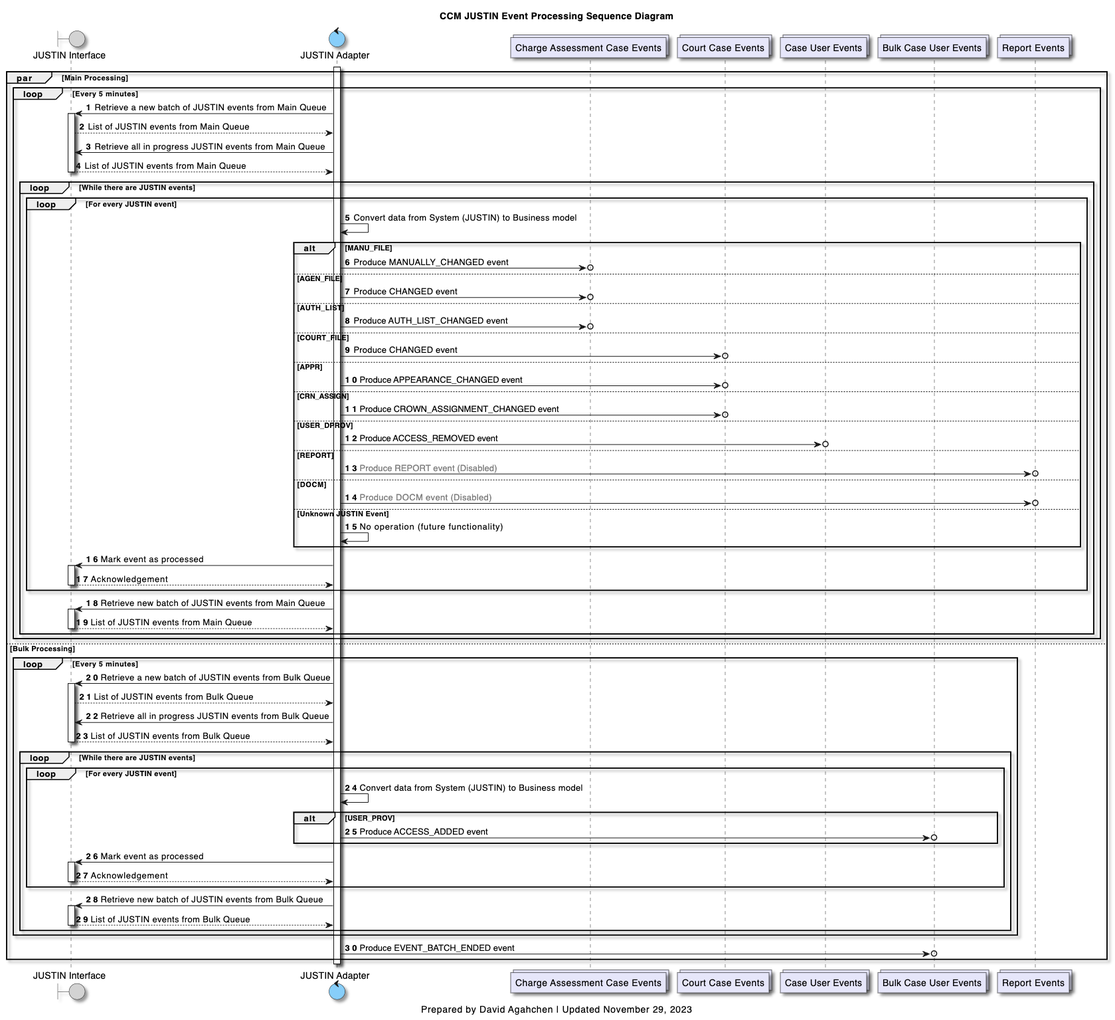
This is diagrams/img/ccm_justin_event_processing_sequence_diagram.png from bcgov/jpss-jade-ccm, a PlantUML export, as it was before one commit. Its source is kept beside it as diagrams/ccm_justin_event_processing_sequence_diagram.plantuml.
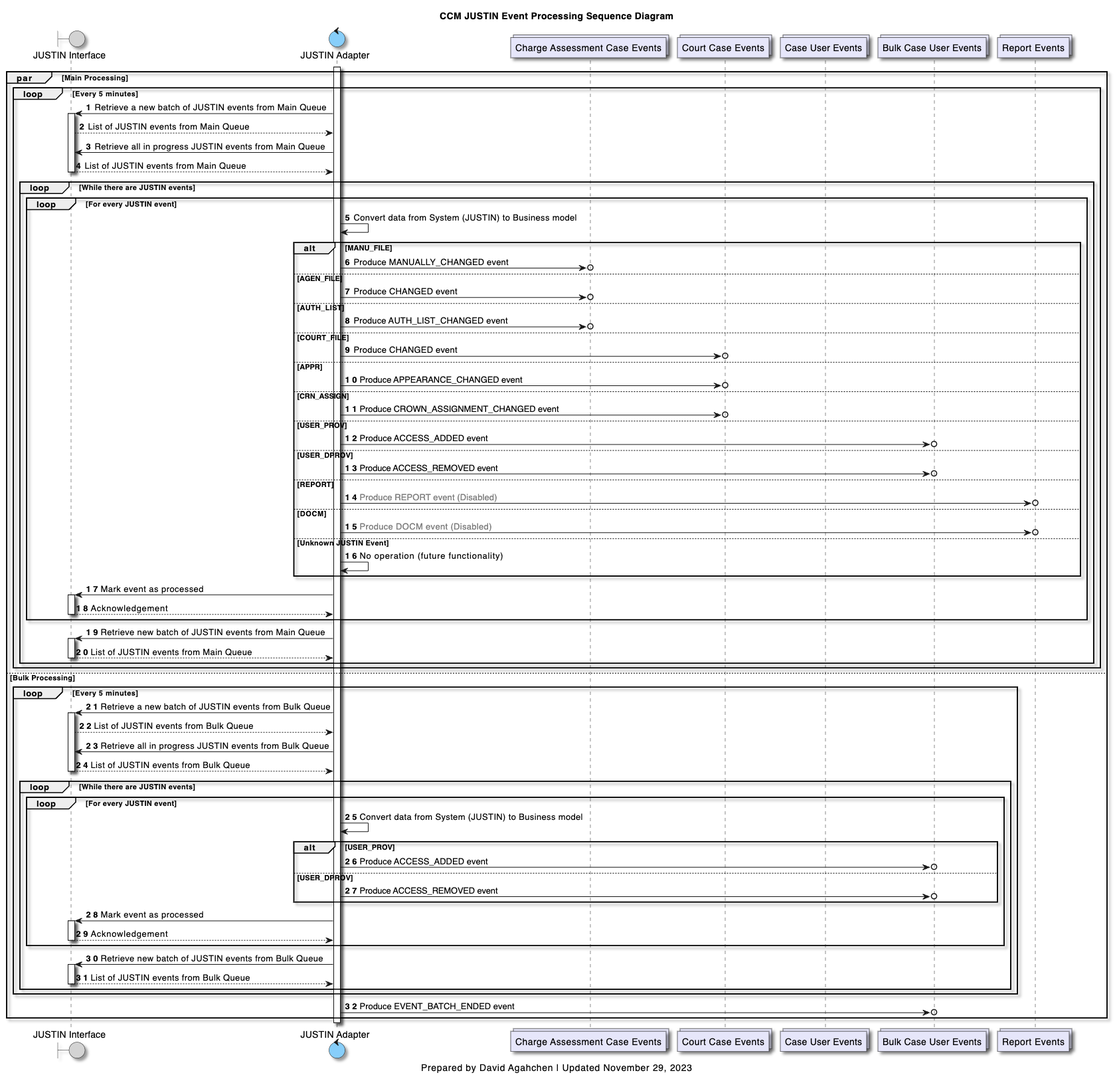
The same file after the commit.

Commit message:
Simplify case user event processing logic

What changed in the source:
```diff
@@ -47,8 +47,10 @@
                     j_adapter ->o court_cases_topic: Produce APPEARANCE_CHANGED event
                 else CRN_ASSIGN
                     j_adapter ->o court_cases_topic: Produce CROWN_ASSIGNMENT_CHANGED event
+                else USER_PROV
+                    j_adapter ->o bulk_case_users_topic: Produce ACCESS_ADDED event
                 else USER_DPROV
-                    j_adapter ->o case_users_topic: Produce ACCESS_REMOVED event
+                    j_adapter ->o bulk_case_users_topic: Produce ACCESS_REMOVED event
                 else REPORT
                     j_adapter ->o reports_topic: <font color=grey>Produce REPORT event (Disabled)</font>
                 else DOCM
@@ -84,6 +86,8 @@
                 j_adapter -> j_adapter: Convert data from System (JUSTIN) to Business model
                 alt USER_PROV
                     j_adapter ->o bulk_case_users_topic: Produce ACCESS_ADDED event
+                else USER_DPROV
+                    j_adapter ->o bulk_case_users_topic: Produce ACCESS_REMOVED event
                 end
                 j_adapter -> j_interface: Mark event as processed
                 activate j_interface
```
